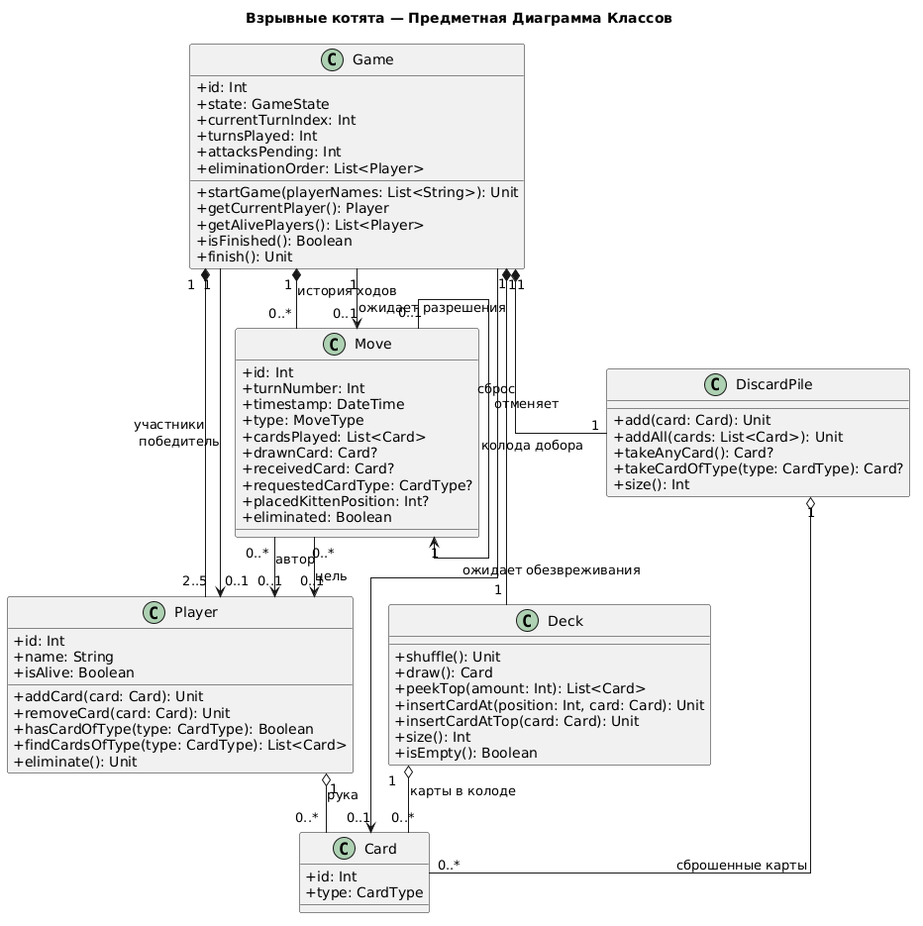
Ilya-Bugaev/ExplodingKittens keeps this PlantUML diagram as docs/domain_class_diagram.png. Above is the earlier version. Its diagram source:
```plantuml
@startuml
skinparam classAttributeIconSize 0
skinparam linetype ortho
title Взрывные котята — Предметная Диаграмма Классов


class Card {
    +id: Int
    +type: CardType
}

class Player {
    +id: Int
    +name: String
    +isAlive: Boolean
    +addCard(card: Card): Unit
    +removeCard(card: Card): Unit
    +hasCardOfType(type: CardType): Boolean
    +findCardsOfType(type: CardType): List<Card>
    +eliminate(): Unit
}

class Deck {
    +shuffle(): Unit
    +draw(): Card
    +peekTop(amount: Int): List<Card>
    +insertCardAt(position: Int, card: Card): Unit
    +insertCardAtTop(card: Card): Unit
    +size(): Int
    +isEmpty(): Boolean
}

class DiscardPile {
    +add(card: Card): Unit
    +addAll(cards: List<Card>): Unit
    +takeAnyCard(): Card?
    +takeCardOfType(type: CardType): Card?
    +size(): Int
}

class Move {
    +id: Int
    +turnNumber: Int
    +timestamp: DateTime
    +type: MoveType
    +cardsPlayed: List<Card>
    +drawnCard: Card?
    +receivedCard: Card?
    +requestedCardType: CardType?
    +placedKittenPosition: Int?
    +eliminated: Boolean
}

class Game {
    +id: Int
    +state: GameState
    +currentTurnIndex: Int
    +turnsPlayed: Int
    +attacksPending: Int
    +eliminationOrder: List<Player>
    +startGame(playerNames: List<String>): Unit
    +getCurrentPlayer(): Player
    +getAlivePlayers(): List<Player>
    +isFinished(): Boolean
    +finish(): Unit
}

Game "1" *-- "2..5" Player : участники
Game "1" *-- "1" Deck : колода добора
Game "1" *-- "1" DiscardPile : сброс
Game "1" *-- "0..*" Move : история ходов

Player "1" o-- "0..*" Card : рука
Deck "1" o-- "0..*" Card : карты в колоде
DiscardPile "1" o-- "0..*" Card : сброшенные карты

Move "0..*" --> "0..1" Player : автор
Move "0..*" --> "0..1" Player : цель
Move "0..1" --> "1" Move : отменяет

Game "1" --> "0..1" Player : победитель
Game "1" --> "0..1" Move : ожидает разрешения
Game "1" --> "0..1" Card : ожидает обезвреживания
@enduml
```
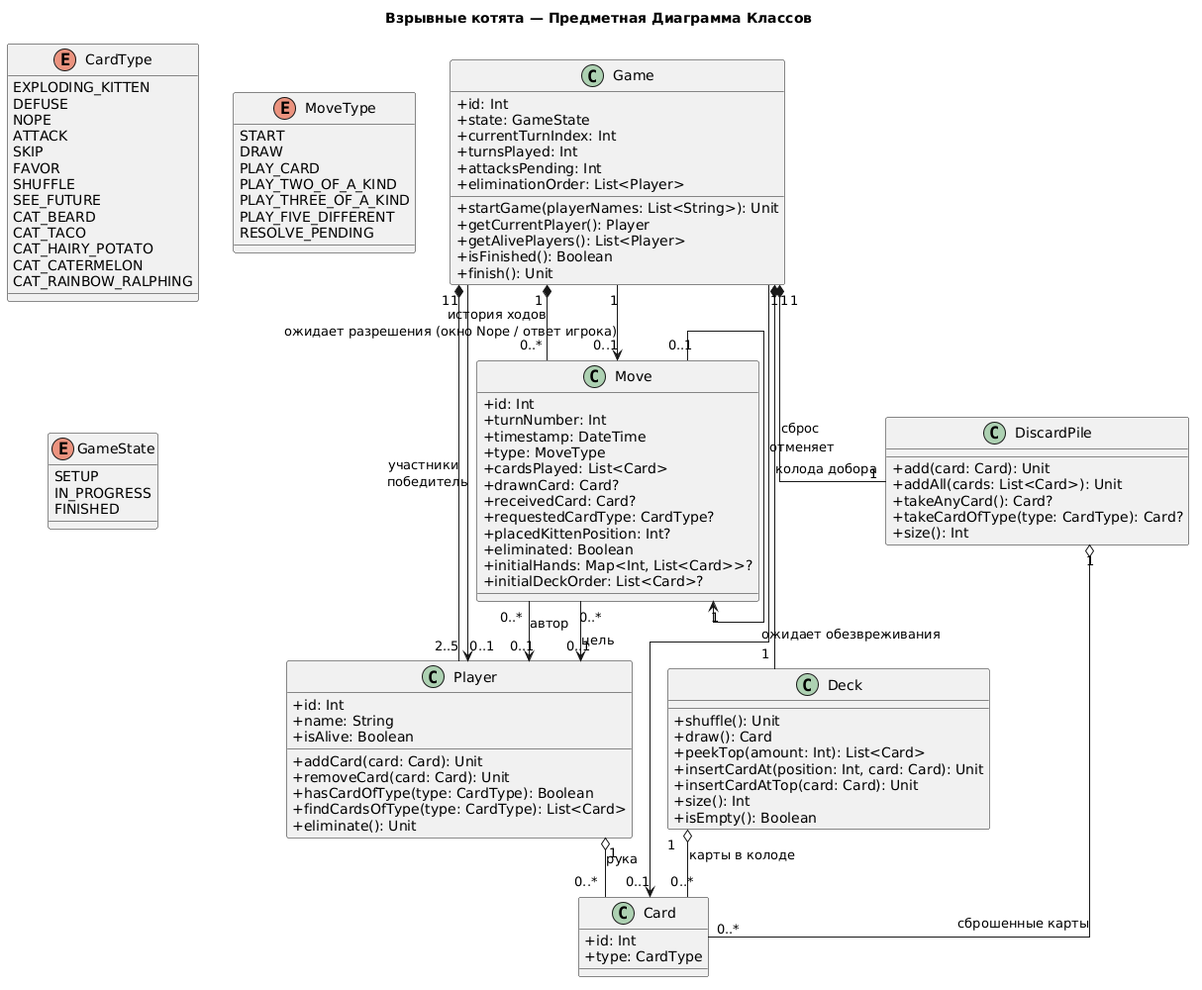
Above is the later version.

The edit, as a diff of the source:
```diff
@@ -3,6 +3,37 @@
 skinparam linetype ortho
 title Взрывные котята — Предметная Диаграмма Классов
 
+enum CardType {
+    EXPLODING_KITTEN
+    DEFUSE
+    NOPE
+    ATTACK
+    SKIP
+    FAVOR
+    SHUFFLE
+    SEE_FUTURE
+    CAT_BEARD
+    CAT_TACO
+    CAT_HAIRY_POTATO
+    CAT_CATERMELON
+    CAT_RAINBOW_RALPHING
+}
+
+enum MoveType {
+    START
+    DRAW
+    PLAY_CARD
+    PLAY_TWO_OF_A_KIND
+    PLAY_THREE_OF_A_KIND
+    PLAY_FIVE_DIFFERENT
+    RESOLVE_PENDING
+}
+
+enum GameState {
+    SETUP
+    IN_PROGRESS
+    FINISHED
+}
 
 class Card {
     +id: Int
@@ -49,6 +80,8 @@
     +requestedCardType: CardType?
     +placedKittenPosition: Int?
     +eliminated: Boolean
+    +initialHands: Map<Int, List<Card>>?
+    +initialDeckOrder: List<Card>?
 }
 
 class Game {
@@ -79,6 +112,6 @@
 Move "0..1" --> "1" Move : отменяет
 
 Game "1" --> "0..1" Player : победитель
-Game "1" --> "0..1" Move : ожидает разрешения
+Game "1" --> "0..1" Move : ожидает разрешения (окно Nope / ответ игрока)
 Game "1" --> "0..1" Card : ожидает обезвреживания
 @enduml
```
